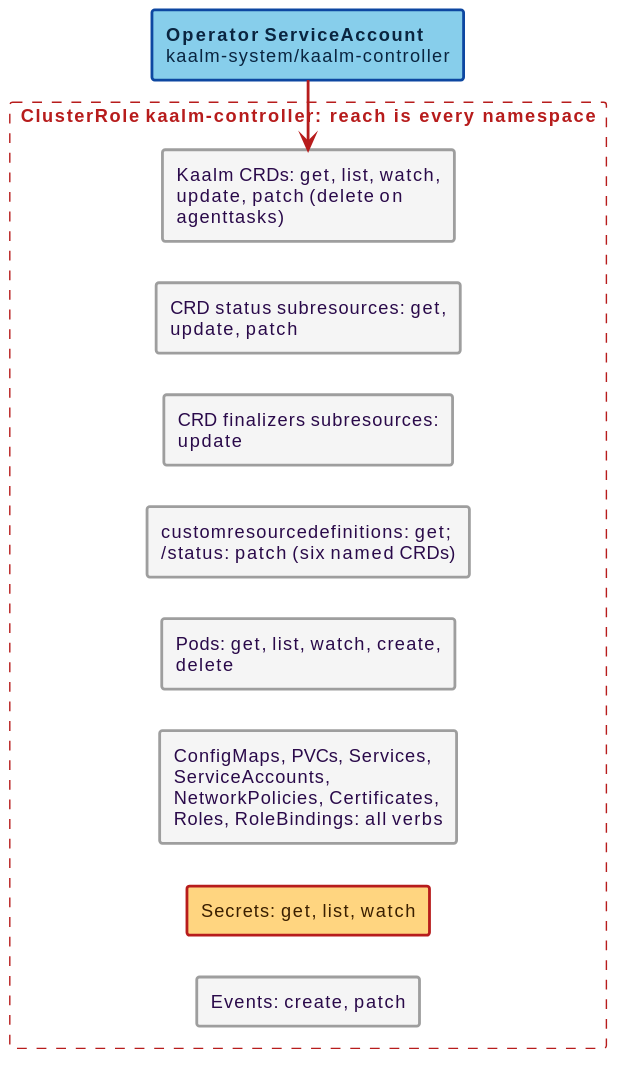
Above: docs/src/diagrams/operator-rbac-cluster.svg in win07xp/kaalm (PlantUML), before the change. Its diagram source:
```plantuml
@startuml
!include _style.puml
skinparam nodesep 14
skinparam ranksep 30
skinparam rectangle {
  roundCorner 4
}
rectangle "**Operator ServiceAccount** kaalm-system/kaalm-controller" as OPSA #back:87CEEB;line:0D47A1;line.bold;text:0a2540
rectangle "**ClusterRole** kaalm-controller: reach is every namespace" as band #line:B71C1C;line.dashed;text:B71C1C {
  rectangle "Kaalm CRDs: get, list, watch, update, patch (delete on agenttasks)" as crds #back:F5F5F5;line:9E9E9E;line.bold;text:2a0a4a
  rectangle "CRD status subresources: get, update, patch" as status #back:F5F5F5;line:9E9E9E;line.bold;text:2a0a4a
  rectangle "CRD finalizers subresources: update" as fin #back:F5F5F5;line:9E9E9E;line.bold;text:2a0a4a
  rectangle "customresourcedefinitions: get; /status: patch (six named CRDs)" as crddef #back:F5F5F5;line:9E9E9E;line.bold;text:2a0a4a
  rectangle "Pods: get, list, watch, create, delete" as pods #back:F5F5F5;line:9E9E9E;line.bold;text:2a0a4a
  rectangle "ConfigMaps, PVCs, Services, ServiceAccounts, NetworkPolicies, Certificates, Roles, RoleBindings: all verbs" as core #back:F5F5F5;line:9E9E9E;line.bold;text:2a0a4a
  rectangle "Secrets: get, list, watch" as secs #back:FFD580;line:B71C1C;line.bold;text:3a1f00
  rectangle "Events: create, patch" as ev #back:F5F5F5;line:9E9E9E;line.bold;text:2a0a4a
}
OPSA -[#B71C1C,bold]-> crds
crds -[hidden]down- status
status -[hidden]down- fin
fin -[hidden]down- crddef
crddef -[hidden]down- pods
pods -[hidden]down- core
core -[hidden]down- secs
secs -[hidden]down- ev
@enduml
```
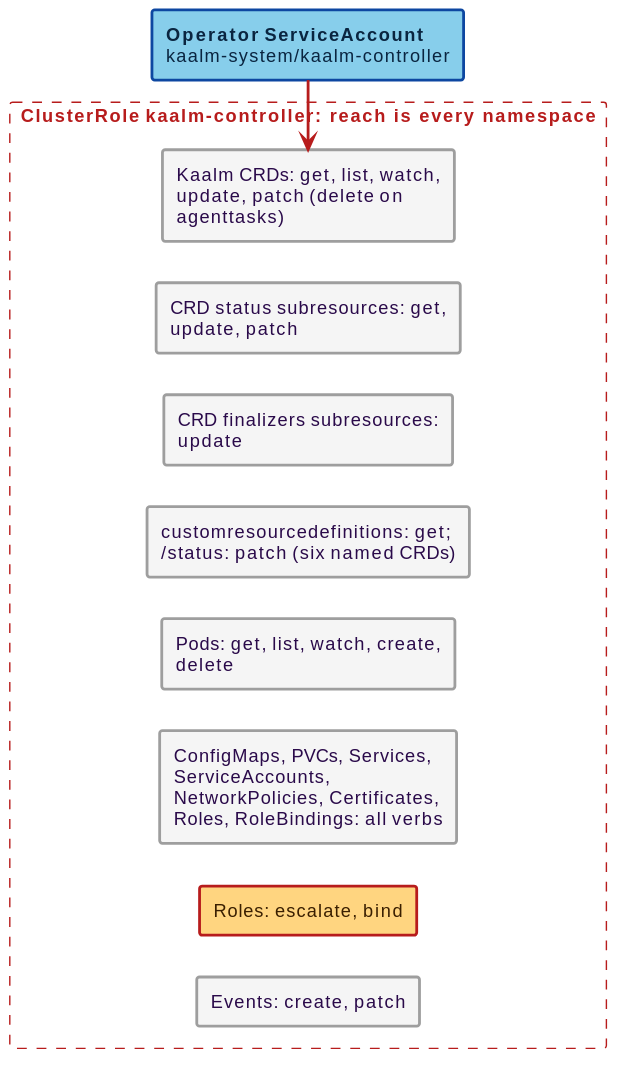
After the change.

Diff of the diagram source:
```diff
@@ -13,7 +13,7 @@
   rectangle "customresourcedefinitions: get; /status: patch (six named CRDs)" as crddef #back:F5F5F5;line:9E9E9E;line.bold;text:2a0a4a
   rectangle "Pods: get, list, watch, create, delete" as pods #back:F5F5F5;line:9E9E9E;line.bold;text:2a0a4a
   rectangle "ConfigMaps, PVCs, Services, ServiceAccounts, NetworkPolicies, Certificates, Roles, RoleBindings: all verbs" as core #back:F5F5F5;line:9E9E9E;line.bold;text:2a0a4a
-  rectangle "Secrets: get, list, watch" as secs #back:FFD580;line:B71C1C;line.bold;text:3a1f00
+  rectangle "Roles: escalate, bind" as secs #back:FFD580;line:B71C1C;line.bold;text:3a1f00
   rectangle "Events: create, patch" as ev #back:F5F5F5;line:9E9E9E;line.bold;text:2a0a4a
 }
 OPSA -[#B71C1C,bold]-> crds
```
